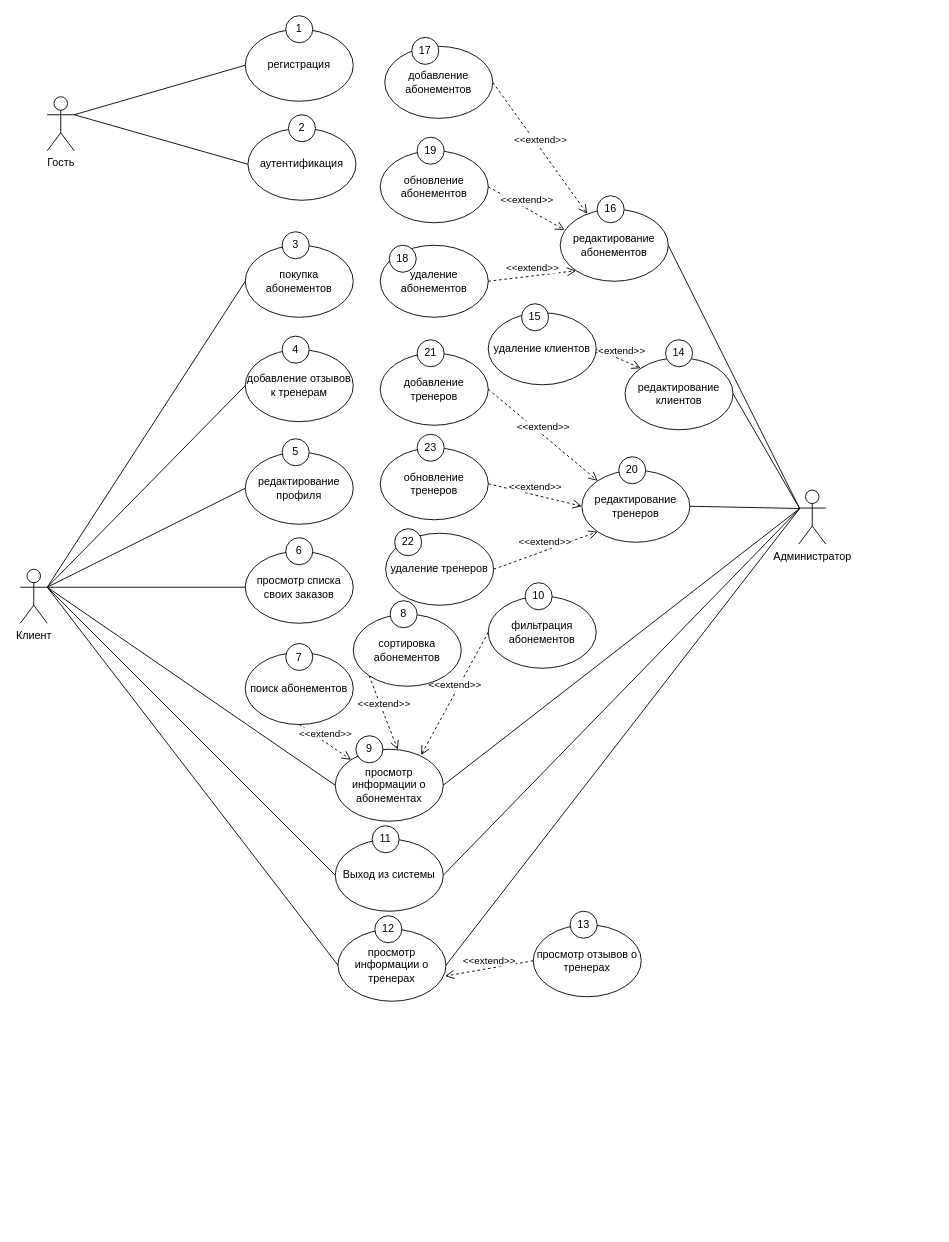
This is doc/вариантов_использования.drawio from DanKo-code/Fitness-Center-Mono, a draw.io file, before an edit. Source tidied: cells renumbered, new cells numbered last; positions are measured from the earlier drawing's top-left corner, leaving out a move shared by most shapes. Both pictures are drawn from the tidied source at 90%, with x=0, y=0 at pixel (20, 15).
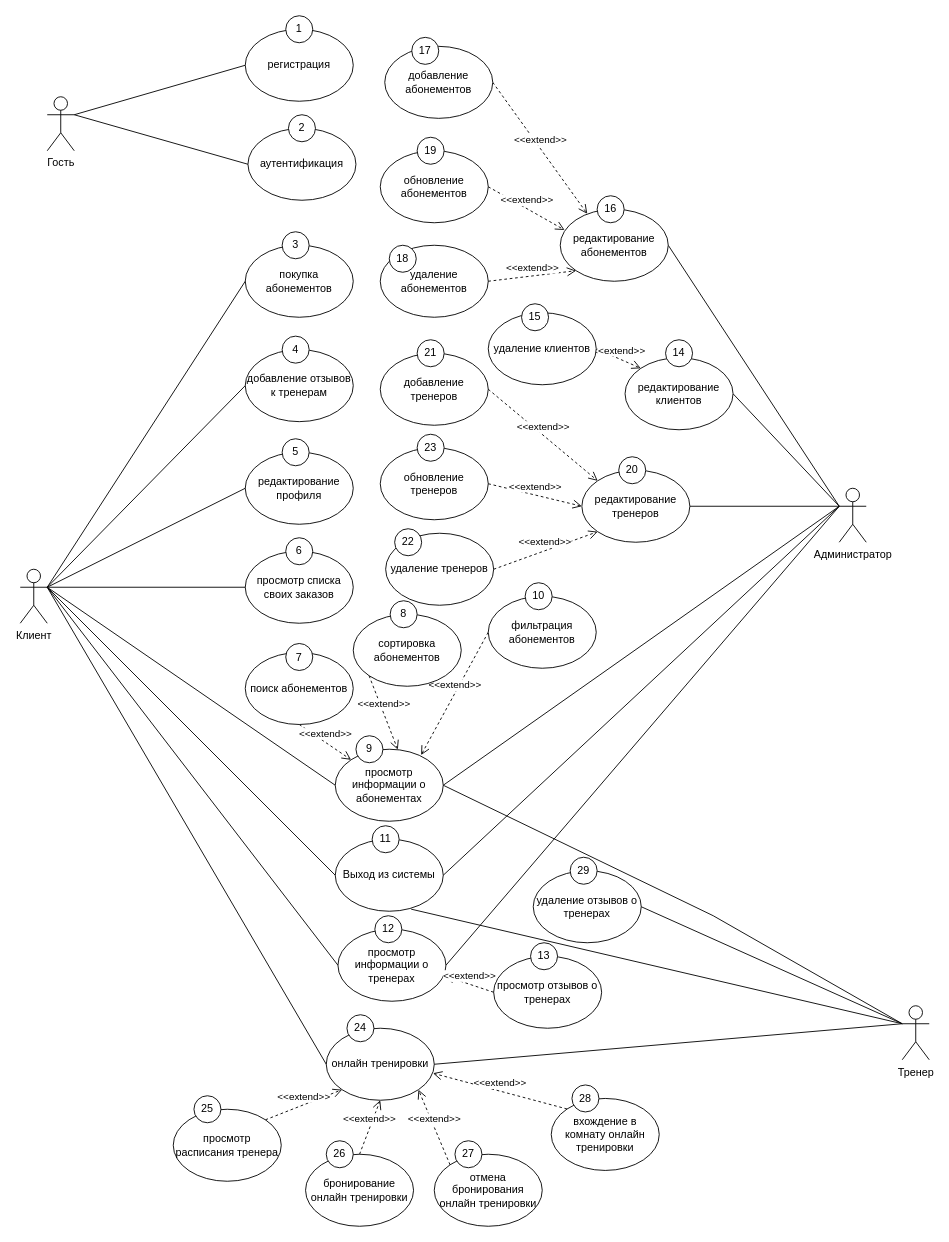
After the change.

The change refers to these unchanged cells:
```xml
<mxCell id="3" value="просмотр информации о тренерах" style="ellipse;whiteSpace=wrap;html=1;" parent="2" vertex="1">
  <mxGeometry y="15" width="120" height="80" as="geometry" />
</mxCell>
<mxCell id="17" value="Клиент" style="shape=umlActor;verticalLabelPosition=bottom;verticalAlign=top;html=1;outlineConnect=0;" parent="1" vertex="1">
  <mxGeometry y="615" width="30" height="60" as="geometry" />
</mxCell>
<mxCell id="42" value="редактирование тренеров" style="ellipse;whiteSpace=wrap;html=1;direction=east;" parent="41" vertex="1">
  <mxGeometry y="15" width="120" height="80" as="geometry" />
</mxCell>
<mxCell id="66" value="редактирование абонементов" style="ellipse;whiteSpace=wrap;html=1;direction=east;" parent="1" vertex="1">
  <mxGeometry x="600" y="215" width="120" height="80" as="geometry" />
</mxCell>
<mxCell id="72" value="редактирование клиентов" style="ellipse;whiteSpace=wrap;html=1;direction=east;flipH=0;flipV=0;" parent="71" vertex="1">
  <mxGeometry y="20" width="120" height="80" as="geometry" />
</mxCell>
<mxCell id="81" value="Выход из системы" style="ellipse;whiteSpace=wrap;html=1;" parent="80" vertex="1">
  <mxGeometry y="15" width="120" height="80" as="geometry" />
</mxCell>
<mxCell id="92" value="просмотр информации о абонементах" style="ellipse;whiteSpace=wrap;html=1;" parent="91" vertex="1">
  <mxGeometry y="15" width="120" height="80" as="geometry" />
</mxCell>
```

Change to the diagram source:
```diff
@@
     <mxCell id="5" style="group;" parent="1" vertex="1">
-      <mxGeometry x="570" y="995" width="120" height="95" as="geometry" />
+      <mxGeometry x="526" y="1030" width="120" height="95" as="geometry" />
     </mxCell>
@@
-    <mxCell id="18" style="rounded=0;jettySize=auto;html=1;exitX=0;exitY=0.3333333333333333;exitDx=0;exitDy=0;exitPerimeter=0;entryX=1;entryY=0.5;entryDx=0;entryDy=0;endArrow=none;endFill=0;" parent="1" edge="1" target="42">
-      <mxGeometry relative="1" as="geometry">
-        <mxPoint x="866" y="547.5" as="sourcePoint" />
-      </mxGeometry>
+    <mxCell id="18" style="rounded=0;jettySize=auto;html=1;exitX=0;exitY=0.3333333333333333;exitDx=0;exitDy=0;exitPerimeter=0;entryX=1;entryY=0.5;entryDx=0;entryDy=0;endArrow=none;endFill=0;" parent="1" edge="1" source="98" target="42">
+      <mxGeometry relative="1" as="geometry" />
     </mxCell>
-    <mxCell id="19" style="rounded=0;jettySize=auto;html=1;exitX=0;exitY=0.3333333333333333;exitDx=0;exitDy=0;exitPerimeter=0;entryX=1;entryY=0.5;entryDx=0;entryDy=0;endArrow=none;endFill=0;" parent="1" edge="1" target="66">
-      <mxGeometry relative="1" as="geometry">
-        <mxPoint x="866" y="547.5" as="sourcePoint" />
-      </mxGeometry>
+    <mxCell id="19" style="rounded=0;jettySize=auto;html=1;exitX=0;exitY=0.3333333333333333;exitDx=0;exitDy=0;exitPerimeter=0;entryX=1;entryY=0.5;entryDx=0;entryDy=0;endArrow=none;endFill=0;" parent="1" edge="1" source="98" target="66">
+      <mxGeometry relative="1" as="geometry" />
     </mxCell>
-    <mxCell id="20" style="rounded=0;jettySize=auto;html=1;exitX=0;exitY=0.3333333333333333;exitDx=0;exitDy=0;exitPerimeter=0;entryX=1;entryY=0.5;entryDx=0;entryDy=0;endArrow=none;endFill=0;" parent="1" edge="1" target="72">
-      <mxGeometry relative="1" as="geometry">
-        <mxPoint x="866" y="547.5" as="sourcePoint" />
-      </mxGeometry>
+    <mxCell id="20" style="rounded=0;jettySize=auto;html=1;entryX=1;entryY=0.5;entryDx=0;entryDy=0;endArrow=none;endFill=0;exitX=0;exitY=0.3333333333333333;exitDx=0;exitDy=0;exitPerimeter=0;" parent="1" edge="1" source="98" target="72">
+      <mxGeometry relative="1" as="geometry" />
     </mxCell>
-    <mxCell id="21" style="rounded=0;jettySize=auto;html=1;exitX=0;exitY=0.3333333333333333;exitDx=0;exitDy=0;exitPerimeter=0;entryX=1;entryY=0.5;entryDx=0;entryDy=0;strokeColor=default;align=center;verticalAlign=middle;fontFamily=Helvetica;fontSize=11;fontColor=default;labelBackgroundColor=default;endArrow=none;endFill=0;" parent="1" edge="1" target="92">
-      <mxGeometry relative="1" as="geometry">
-        <mxPoint x="866" y="547.5" as="sourcePoint" />
-      </mxGeometry>
+    <mxCell id="21" style="rounded=0;jettySize=auto;html=1;exitX=0;exitY=0.3333333333333333;exitDx=0;exitDy=0;exitPerimeter=0;entryX=1;entryY=0.5;entryDx=0;entryDy=0;strokeColor=default;align=center;verticalAlign=middle;fontFamily=Helvetica;fontSize=11;fontColor=default;labelBackgroundColor=default;endArrow=none;endFill=0;" parent="1" edge="1" source="98" target="92">
+      <mxGeometry relative="1" as="geometry" />
     </mxCell>
-    <mxCell id="22" style="rounded=0;jettySize=auto;html=1;exitX=0;exitY=0.3333333333333333;exitDx=0;exitDy=0;exitPerimeter=0;entryX=1;entryY=0.5;entryDx=0;entryDy=0;endArrow=none;endFill=0;" parent="1" edge="1" target="3">
-      <mxGeometry relative="1" as="geometry">
-        <mxPoint x="866" y="547.5" as="sourcePoint" />
-      </mxGeometry>
+    <mxCell id="22" style="rounded=0;jettySize=auto;html=1;exitX=0;exitY=0.3333333333333333;exitDx=0;exitDy=0;exitPerimeter=0;entryX=1;entryY=0.5;entryDx=0;entryDy=0;endArrow=none;endFill=0;" parent="1" edge="1" source="98" target="3">
+      <mxGeometry relative="1" as="geometry" />
     </mxCell>
@@
-    <mxCell id="84" style="endArrow=none;html=1;rounded=0;entryX=0;entryY=0.3333333333333333;entryDx=0;entryDy=0;entryPerimeter=0;exitX=1;exitY=0.5;exitDx=0;exitDy=0;" parent="1" edge="1" source="81">
-      <mxGeometry relative="1" as="geometry">
-        <mxPoint x="866" y="547.5" as="targetPoint" />
-      </mxGeometry>
+    <mxCell id="84" style="endArrow=none;html=1;rounded=0;exitX=1;exitY=0.5;exitDx=0;exitDy=0;entryX=0;entryY=0.3333333333333333;entryDx=0;entryDy=0;entryPerimeter=0;" parent="1" edge="1" source="81" target="98">
+      <mxGeometry relative="1" as="geometry" />
     </mxCell>
@@
     <mxCell id="98" value="Администратор" style="shape=umlActor;verticalLabelPosition=bottom;verticalAlign=top;html=1;outlineConnect=0;" parent="1" vertex="1">
-      <mxGeometry x="865" y="527" width="30" height="60" as="geometry" />
+      <mxGeometry x="910" y="525" width="30" height="60" as="geometry" />
     </mxCell>
+    <mxCell id="99" value="Тренер" style="shape=umlActor;verticalLabelPosition=bottom;verticalAlign=top;html=1;outlineConnect=0;" parent="1" vertex="1">
+      <mxGeometry x="980" y="1100" width="30" height="60" as="geometry" />
+    </mxCell>
+    <mxCell id="100" style="endArrow=none;html=1;rounded=0;entryX=0;entryY=0.3333333333333333;entryDx=0;entryDy=0;entryPerimeter=0;exitX=1;exitY=0.5;exitDx=0;exitDy=0;" parent="1" edge="1" source="92" target="99">
+      <mxGeometry relative="1" as="geometry">
+        <Array as="points">
+          <mxPoint x="770" y="1000" />
+        </Array>
+      </mxGeometry>
+    </mxCell>
+    <mxCell id="101" style="group;" parent="1" vertex="1">
+      <mxGeometry x="340" y="1110" width="120" height="95" as="geometry" />
+    </mxCell>
+    <mxCell id="102" value="онлайн тренировки" style="ellipse;whiteSpace=wrap;html=1;" parent="101" vertex="1">
+      <mxGeometry y="15" width="120" height="80" as="geometry" />
+    </mxCell>
+    <mxCell id="103" value="24" style="ellipse;whiteSpace=wrap;html=1;" parent="101" vertex="1">
+      <mxGeometry x="23" width="30" height="30" as="geometry" />
+    </mxCell>
+    <mxCell id="104" style="endArrow=none;html=1;rounded=0;exitX=1;exitY=0.5;exitDx=0;exitDy=0;entryX=0;entryY=0.3333333333333333;entryDx=0;entryDy=0;entryPerimeter=0;" parent="1" edge="1" source="102" target="99">
+      <mxGeometry relative="1" as="geometry" />
+    </mxCell>
+    <mxCell id="105" style="rounded=0;jettySize=auto;html=1;exitX=1;exitY=0.3333333333333333;exitDx=0;exitDy=0;exitPerimeter=0;entryX=0;entryY=0.5;entryDx=0;entryDy=0;endArrow=none;endFill=0;" parent="1" edge="1" source="17" target="102">
+      <mxGeometry relative="1" as="geometry" />
+    </mxCell>
+    <mxCell id="106" style="group;" parent="1" vertex="1">
+      <mxGeometry x="170" y="1200" width="120" height="95" as="geometry" />
+    </mxCell>
+    <mxCell id="107" value="просмотр расписания тренера" style="ellipse;whiteSpace=wrap;html=1;" parent="106" vertex="1">
+      <mxGeometry y="15" width="120" height="80" as="geometry" />
+    </mxCell>
+    <mxCell id="108" value="25" style="ellipse;whiteSpace=wrap;html=1;" parent="106" vertex="1">
+      <mxGeometry x="23" width="30" height="30" as="geometry" />
+    </mxCell>
+    <mxCell id="109" style="group;" parent="1" vertex="1">
+      <mxGeometry x="317" y="1250" width="120" height="95" as="geometry" />
+    </mxCell>
+    <mxCell id="110" value="бронирование онлайн тренировки" style="ellipse;whiteSpace=wrap;html=1;" parent="109" vertex="1">
+      <mxGeometry y="15" width="120" height="80" as="geometry" />
+    </mxCell>
+    <mxCell id="111" value="26" style="ellipse;whiteSpace=wrap;html=1;" parent="109" vertex="1">
+      <mxGeometry x="23" width="30" height="30" as="geometry" />
+    </mxCell>
+    <mxCell id="112" style="group;" parent="1" vertex="1">
+      <mxGeometry x="460" y="1250" width="120" height="95" as="geometry" />
+    </mxCell>
+    <mxCell id="113" value="отмена бронирования онлайн тренировки" style="ellipse;whiteSpace=wrap;html=1;" parent="112" vertex="1">
+      <mxGeometry y="15" width="120" height="80" as="geometry" />
+    </mxCell>
+    <mxCell id="114" value="27" style="ellipse;whiteSpace=wrap;html=1;" parent="112" vertex="1">
+      <mxGeometry x="23" width="30" height="30" as="geometry" />
+    </mxCell>
+    <mxCell id="115" style="group;" parent="1" vertex="1">
+      <mxGeometry x="590" y="1188" width="120" height="95" as="geometry" />
+    </mxCell>
+    <mxCell id="116" value="вхождение в комнату онлайн тренировки" style="ellipse;whiteSpace=wrap;html=1;" parent="115" vertex="1">
+      <mxGeometry y="15" width="120" height="80" as="geometry" />
+    </mxCell>
+    <mxCell id="117" value="28" style="ellipse;whiteSpace=wrap;html=1;" parent="115" vertex="1">
+      <mxGeometry x="23" width="30" height="30" as="geometry" />
+    </mxCell>
+    <mxCell id="118" value="&amp;lt;&amp;lt;extend&amp;gt;&amp;gt;" style="html=1;verticalAlign=bottom;endArrow=open;dashed=1;endSize=8;curved=0;rounded=0;exitX=1;exitY=0;exitDx=0;exitDy=0;entryX=0;entryY=1;entryDx=0;entryDy=0;" parent="1" edge="1" source="107" target="102">
+      <mxGeometry relative="1" as="geometry" />
+    </mxCell>
+    <mxCell id="119" value="&amp;lt;&amp;lt;extend&amp;gt;&amp;gt;" style="html=1;verticalAlign=bottom;endArrow=open;dashed=1;endSize=8;curved=0;rounded=0;exitX=0.5;exitY=0;exitDx=0;exitDy=0;entryX=0.5;entryY=1;entryDx=0;entryDy=0;" parent="1" edge="1" source="110" target="102">
+      <mxGeometry relative="1" as="geometry" />
+    </mxCell>
+    <mxCell id="120" value="&amp;lt;&amp;lt;extend&amp;gt;&amp;gt;" style="html=1;verticalAlign=bottom;endArrow=open;dashed=1;endSize=8;curved=0;rounded=0;exitX=0;exitY=0;exitDx=0;exitDy=0;entryX=1;entryY=1;entryDx=0;entryDy=0;" parent="1" edge="1" source="113" target="102">
+      <mxGeometry relative="1" as="geometry" />
+    </mxCell>
+    <mxCell id="121" value="&amp;lt;&amp;lt;extend&amp;gt;&amp;gt;" style="html=1;verticalAlign=bottom;endArrow=open;dashed=1;endSize=8;curved=0;rounded=0;exitX=0;exitY=0;exitDx=0;exitDy=0;entryX=0.988;entryY=0.625;entryDx=0;entryDy=0;entryPerimeter=0;" parent="1" edge="1" source="116" target="102">
+      <mxGeometry relative="1" as="geometry" />
+    </mxCell>
+    <mxCell id="122" style="group;" parent="1" vertex="1">
+      <mxGeometry x="570" y="935" width="120" height="95" as="geometry" />
+    </mxCell>
+    <mxCell id="123" value="удаление отзывов о тренерах" style="ellipse;whiteSpace=wrap;html=1;" parent="122" vertex="1">
+      <mxGeometry y="15" width="120" height="80" as="geometry" />
+    </mxCell>
+    <mxCell id="124" value="29" style="ellipse;whiteSpace=wrap;html=1;" parent="122" vertex="1">
+      <mxGeometry x="41" width="30" height="30" as="geometry" />
+    </mxCell>
+    <mxCell id="125" style="endArrow=none;html=1;rounded=0;entryX=0;entryY=0.3333333333333333;entryDx=0;entryDy=0;entryPerimeter=0;exitX=1;exitY=0.5;exitDx=0;exitDy=0;" parent="1" edge="1" source="123" target="99">
+      <mxGeometry relative="1" as="geometry" />
+    </mxCell>
+    <mxCell id="126" style="endArrow=none;html=1;rounded=0;exitX=0.703;exitY=0.971;exitDx=0;exitDy=0;entryX=0;entryY=0.3333333333333333;entryDx=0;entryDy=0;entryPerimeter=0;exitPerimeter=0;" parent="1" edge="1" source="81" target="99">
+      <mxGeometry relative="1" as="geometry" />
+    </mxCell>
```
